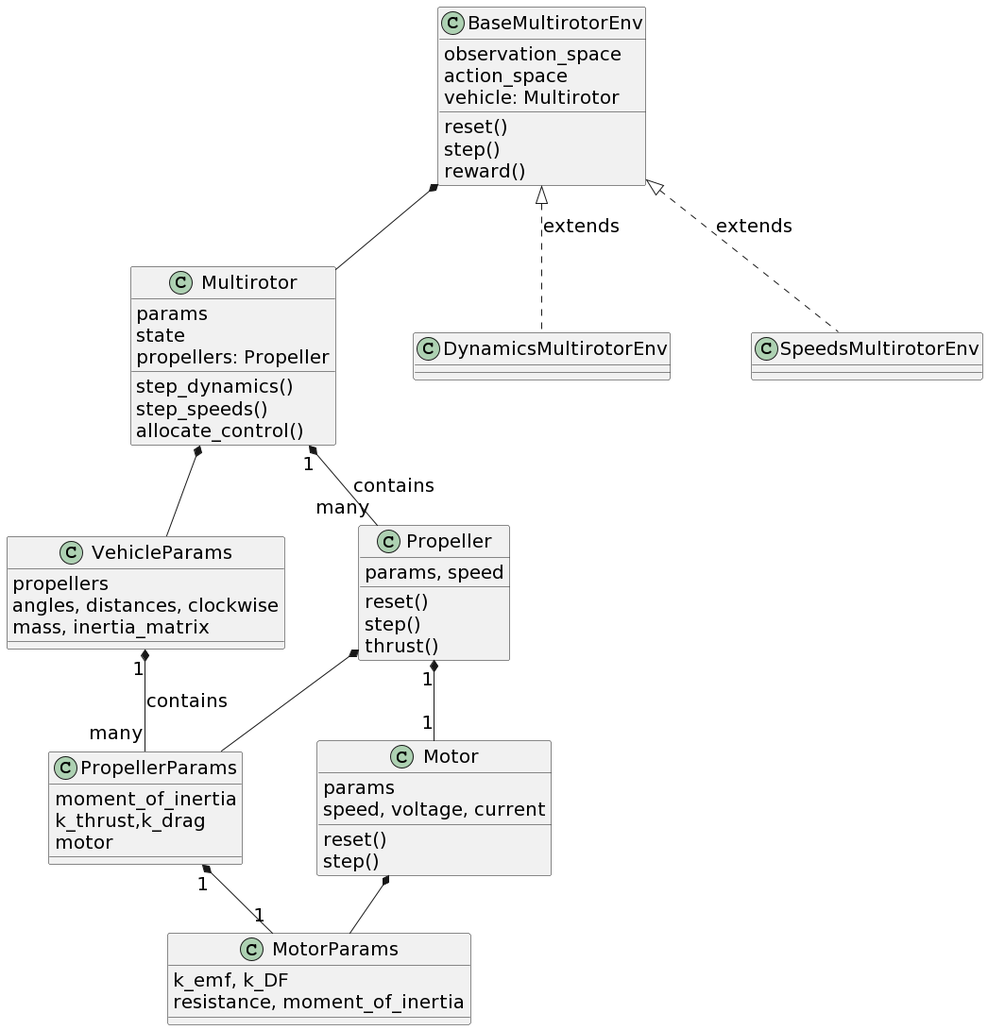
This is _static/vehicle_classdiagram.png from hazrmard/multirotor, a PlantUML export, as it was before one commit. Source of this version:
```plantuml
@startuml
!pragma ratio 1.0

skinparam defaultFontSize 20

class MotorParams {
    {field} k_emf, k_DF
    {field} resistance, moment_of_inertia
}
class PropellerParams {
    {field} moment_of_inertia
    {field} k_thrust,k_drag
    {field} motor
}
class VehicleParams {
    {field} propellers
    {field} angles, distances, clockwise
    {field} mass, inertia_matrix
}

class Propeller {
    {field} params, speed
    reset()
    step()
    thrust()
}
class Motor {
    {field} params
    {field} speed, voltage, current
    reset()
    step()
}
class Multirotor {
    {field} params
    {field} state
    {field} propellers: Propeller
    step_dynamics()
    step_speeds()
    allocate_control()
}
class BaseMultirotorEnv {
    {field} observation_space
    {field} action_space
    {field} vehicle: Multirotor
    reset()
    step()
    reward()
}

class DynamicsMultirotorEnv
class SpeedsMultirotorEnv

BaseMultirotorEnv *-- Multirotor
Multirotor "1" *-- "many" Propeller : contains
Multirotor *-- VehicleParams
Propeller "1" *-- "1" Motor
Propeller *-- PropellerParams
Motor *-- MotorParams
VehicleParams "1" *-- "many" PropellerParams : contains
PropellerParams "1" *-- "1" MotorParams

BaseMultirotorEnv <|.. DynamicsMultirotorEnv : extends
BaseMultirotorEnv <|.. SpeedsMultirotorEnv : extends
@enduml
```
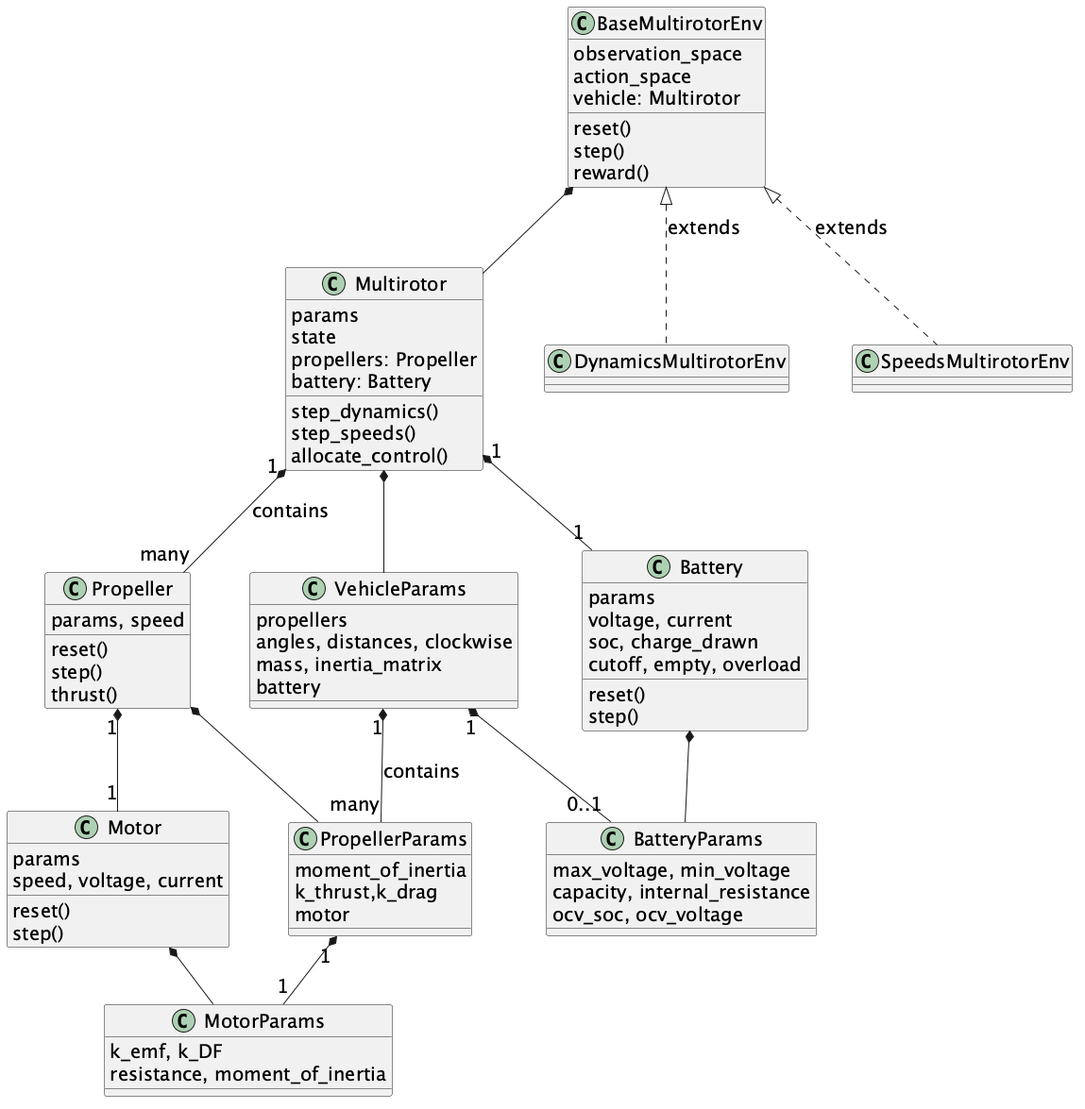
Above is the later version.

What changed in the source:
```diff
@@ -12,10 +12,16 @@
     {field} k_thrust,k_drag
     {field} motor
 }
+class BatteryParams {
+    {field} max_voltage, min_voltage
+    {field} capacity, internal_resistance
+    {field} ocv_soc, ocv_voltage
+}
 class VehicleParams {
     {field} propellers
     {field} angles, distances, clockwise
     {field} mass, inertia_matrix
+    {field} battery
 }
 
 class Propeller {
@@ -30,10 +36,19 @@
     reset()
     step()
 }
+class Battery {
+    {field} params
+    {field} voltage, current
+    {field} soc, charge_drawn
+    {field} cutoff, empty, overload
+    reset()
+    step()
+}
 class Multirotor {
     {field} params
     {field} state
     {field} propellers: Propeller
+    {field} battery: Battery
     step_dynamics()
     step_speeds()
     allocate_control()
@@ -53,12 +68,16 @@
 BaseMultirotorEnv *-- Multirotor
 Multirotor "1" *-- "many" Propeller : contains
 Multirotor *-- VehicleParams
+Multirotor "1" *-- "1" Battery
+Battery *-- BatteryParams
 Propeller "1" *-- "1" Motor
 Propeller *-- PropellerParams
 Motor *-- MotorParams
 VehicleParams "1" *-- "many" PropellerParams : contains
 PropellerParams "1" *-- "1" MotorParams
+VehicleParams "1" *-- "0..1" BatteryParams
 
 BaseMultirotorEnv <|.. DynamicsMultirotorEnv : extends
 BaseMultirotorEnv <|.. SpeedsMultirotorEnv : extends
+
 @enduml
```
